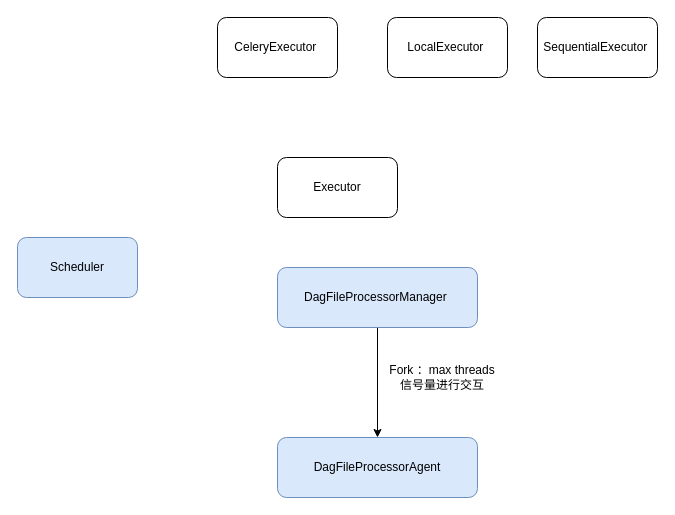
The draw.io diagram airflow.drawio in cicelprg/drawio, before the edit. Source tidied: cells renumbered, new cells numbered last; positions are measured from the earlier drawing's top-left corner, leaving out a move shared by most shapes. Both pictures are drawn from the tidied source at 100%, with x=0, y=0 at pixel (17, 17).
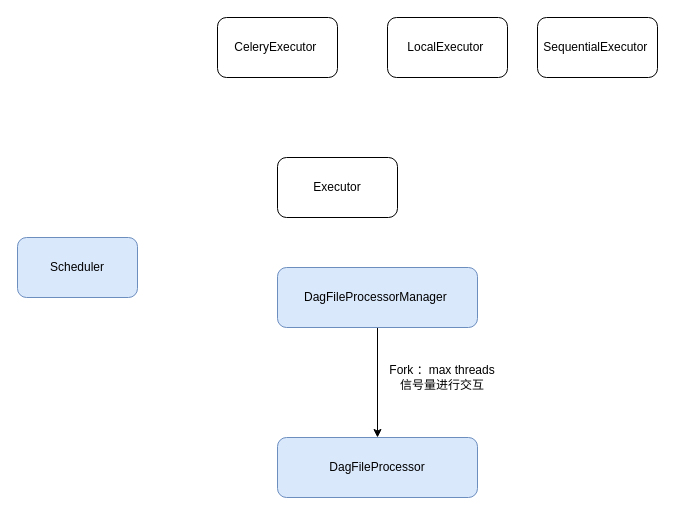
The same diagram, later.

The edit, as a diff of the source:
```diff
@@
 <mxGraphModel>
   <root>
     <mxCell id="0" />
     <mxCell id="1" parent="0" />
     <mxCell id="2" value="Scheduler" style="rounded=1;whiteSpace=wrap;html=1;fillColor=#dae8fc;strokeColor=#6c8ebf;" parent="1" vertex="1">
       <mxGeometry y="220" width="120" height="60" as="geometry" />
     </mxCell>
     <mxCell id="3" value="Executor" style="rounded=1;whiteSpace=wrap;html=1;" parent="1" vertex="1">
       <mxGeometry x="260" y="140" width="120" height="60" as="geometry" />
     </mxCell>
     <mxCell id="4" value="&lt;span&gt;CeleryExecutor&amp;nbsp;&lt;/span&gt;" style="rounded=1;whiteSpace=wrap;html=1;" parent="1" vertex="1">
       <mxGeometry x="200" width="120" height="60" as="geometry" />
     </mxCell>
     <mxCell id="5" value="&lt;span&gt;LocalExecutor&amp;nbsp;&lt;/span&gt;" style="rounded=1;whiteSpace=wrap;html=1;" parent="1" vertex="1">
       <mxGeometry x="370" width="120" height="60" as="geometry" />
     </mxCell>
     <mxCell id="6" value="&lt;span&gt;SequentialExecutor&amp;nbsp;&lt;/span&gt;" style="rounded=1;whiteSpace=wrap;html=1;" parent="1" vertex="1">
       <mxGeometry x="520" width="120" height="60" as="geometry" />
     </mxCell>
     <mxCell id="7" style="edgeStyle=none;rounded=0;jettySize=auto;html=1;exitX=0.5;exitY=1;exitDx=0;exitDy=0;entryX=0.5;entryY=0;entryDx=0;entryDy=0;" parent="1" edge="1" source="8" target="9">
       <mxGeometry relative="1" as="geometry" />
     </mxCell>
     <mxCell id="8" value="&lt;span&gt;DagFileProcessorManager&amp;nbsp;&lt;/span&gt;" style="rounded=1;whiteSpace=wrap;html=1;fillColor=#dae8fc;strokeColor=#6c8ebf;" parent="1" vertex="1">
       <mxGeometry x="260" y="250" width="200" height="60" as="geometry" />
     </mxCell>
-    <mxCell id="9" value="DagFileProcessorAgent" style="rounded=1;whiteSpace=wrap;html=1;fillColor=#dae8fc;strokeColor=#6c8ebf;" parent="1" vertex="1">
+    <mxCell id="9" value="DagFileProcessor" style="rounded=1;whiteSpace=wrap;html=1;fillColor=#dae8fc;strokeColor=#6c8ebf;" parent="1" vertex="1">
       <mxGeometry x="260" y="420" width="200" height="60" as="geometry" />
     </mxCell>
     <mxCell id="10" value="Fork ：max threads&lt;br&gt;信号量进行交互" style="text;html=1;strokeColor=none;fillColor=none;align=center;verticalAlign=middle;whiteSpace=wrap;rounded=0;" parent="1" vertex="1">
       <mxGeometry x="370" y="340" width="110" height="40" as="geometry" />
     </mxCell>
   </root>
 </mxGraphModel>
```
